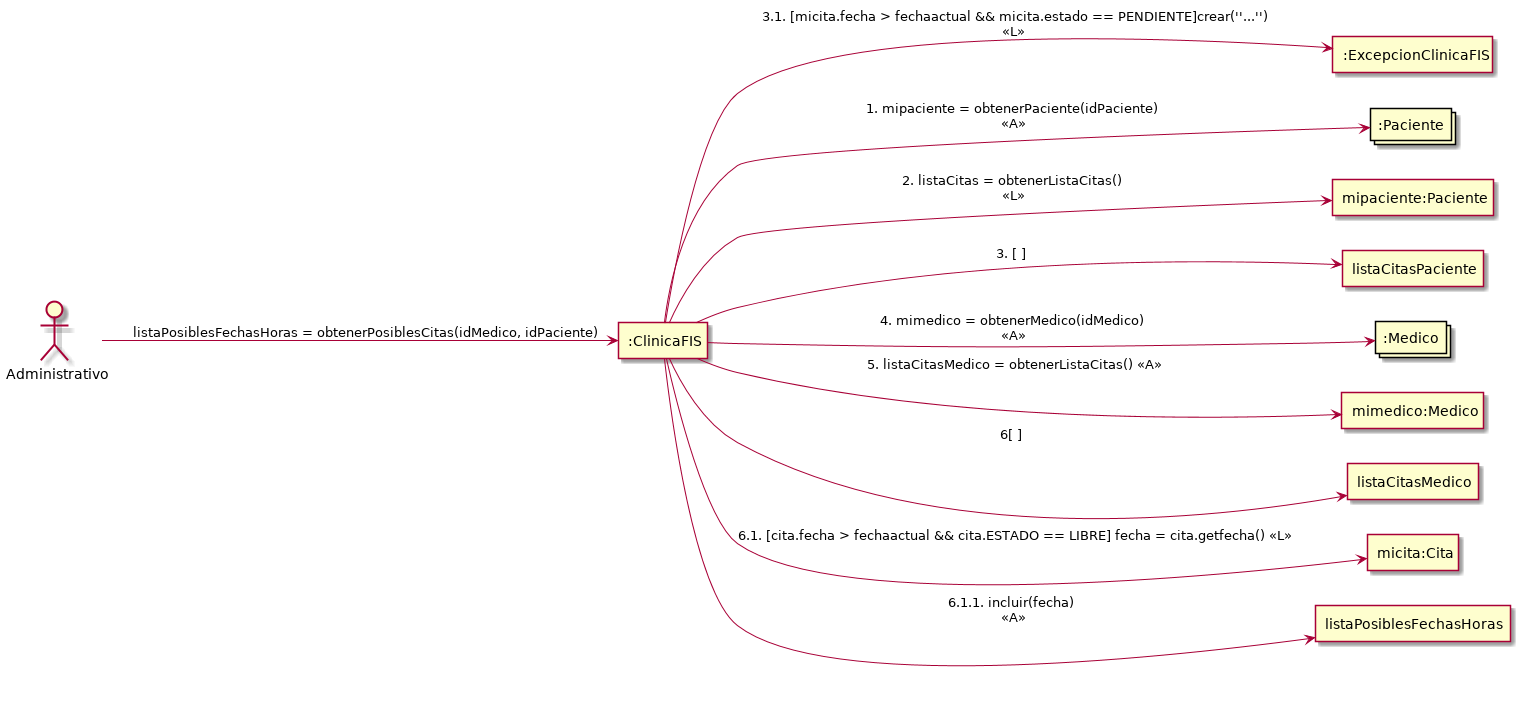
Ludvins/DGIIM_FIS keeps this PlantUML diagram as P4/ObtenerPosiblesFechasHoras.png. Above is the earlier version.
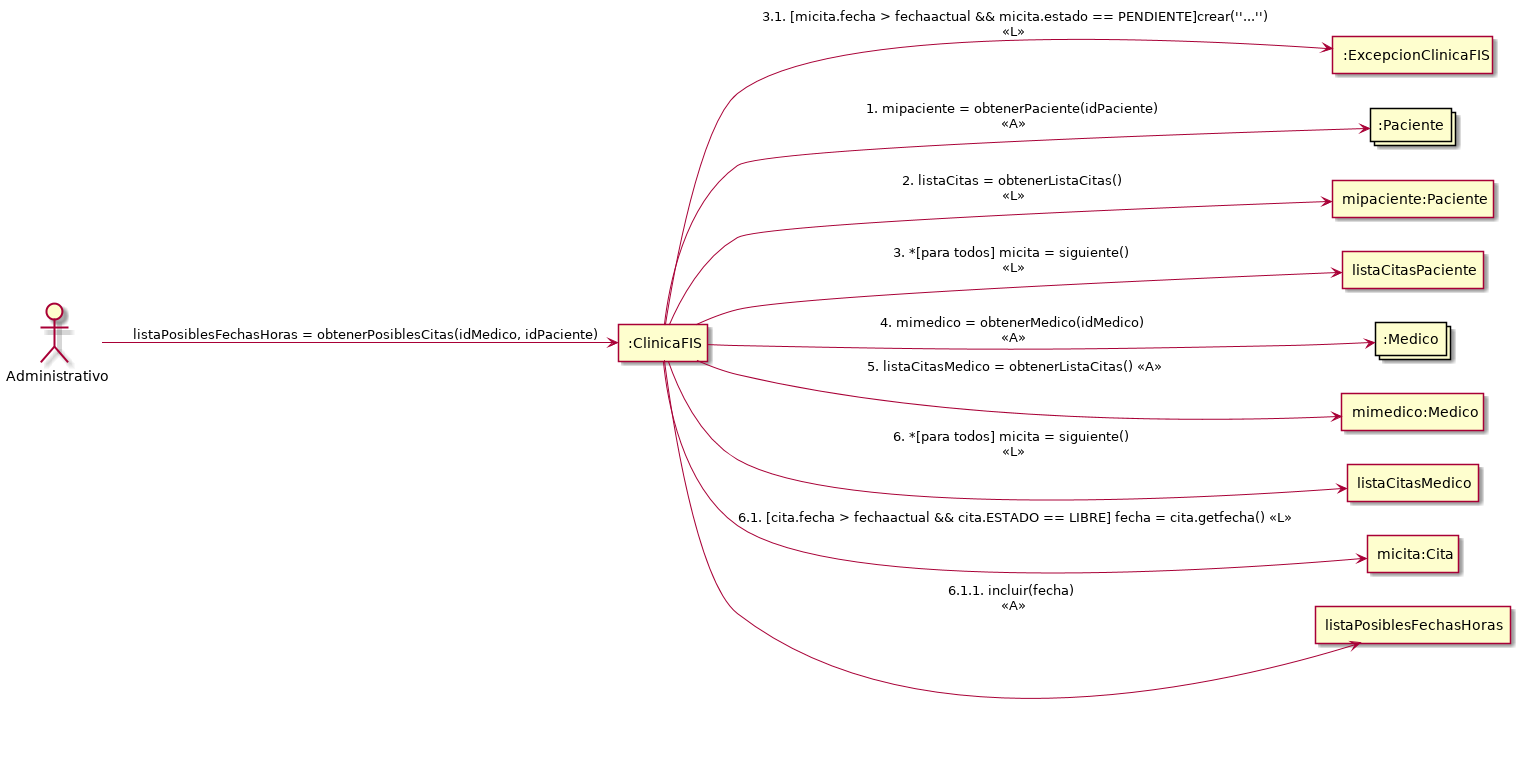
After the change.

Commit message:
Termina diagramas

The edit, as a diff of the source:
```diff
@@ -17,11 +17,11 @@
 Admin --> system : listaPosiblesFechasHoras = obtenerPosiblesCitas(idMedico, idPaciente)
 system --> pacientes : 1. mipaciente = obtenerPaciente(idPaciente) \n <<A>>
 system --> mipaciente : 2. listaCitas = obtenerListaCitas() \n <<L>>
-system --> lcp : 3. [ ]
+system --> lcp : 3. *[para todos] micita = siguiente() \n <<L>>
 system --> ex : 3.1. [micita.fecha > fechaactual && micita.estado == PENDIENTE]crear(''...'') \n <<L>>
 system --> medicos : 4. mimedico = obtenerMedico(idMedico) \n <<A>>
 system --> mimedico : 5. listaCitasMedico = obtenerListaCitas() <<A>>
-system --> lcm : 6[ ]
+system --> lcm : 6. *[para todos] micita = siguiente() \n <<L>>
 system --> micita : 6.1. [cita.fecha > fechaactual && cita.ESTADO == LIBRE] fecha = cita.getfecha() <<L>>
 system --> lpfh : 6.1.1. incluir(fecha) \n <<A>>
 
```
